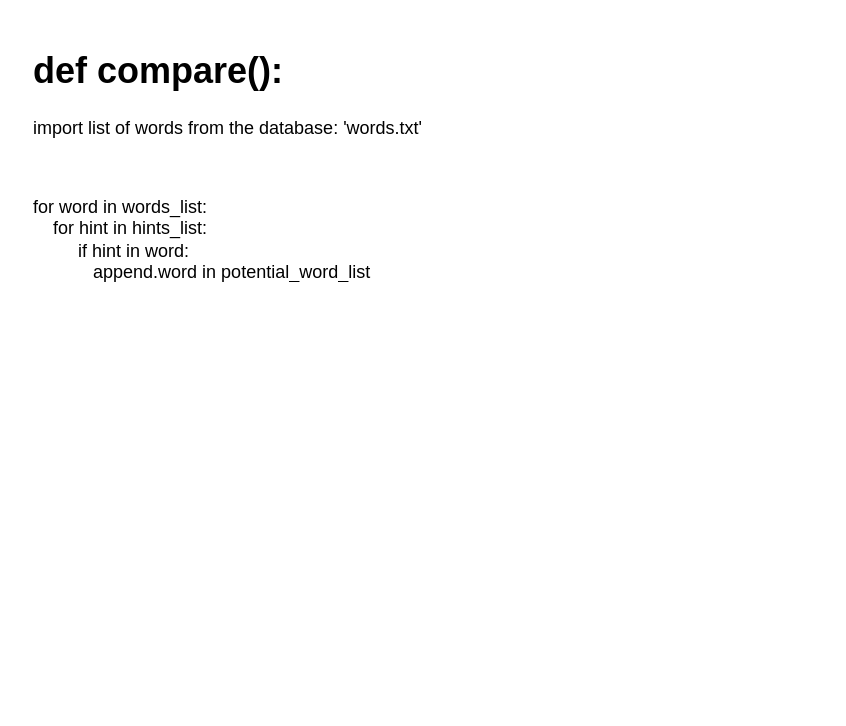
Before: page "Page-2" (2 of 2) of Ordspelet.drawio in oscillate123/python-course-word-game, a draw.io diagram. Source tidied: cells renumbered, new cells numbered last; positions are measured from the earlier drawing's top-left corner, leaving out a move shared by most shapes. Both pictures are drawn from the tidied source at 150%, with x=0, y=0 at pixel (26, 40).
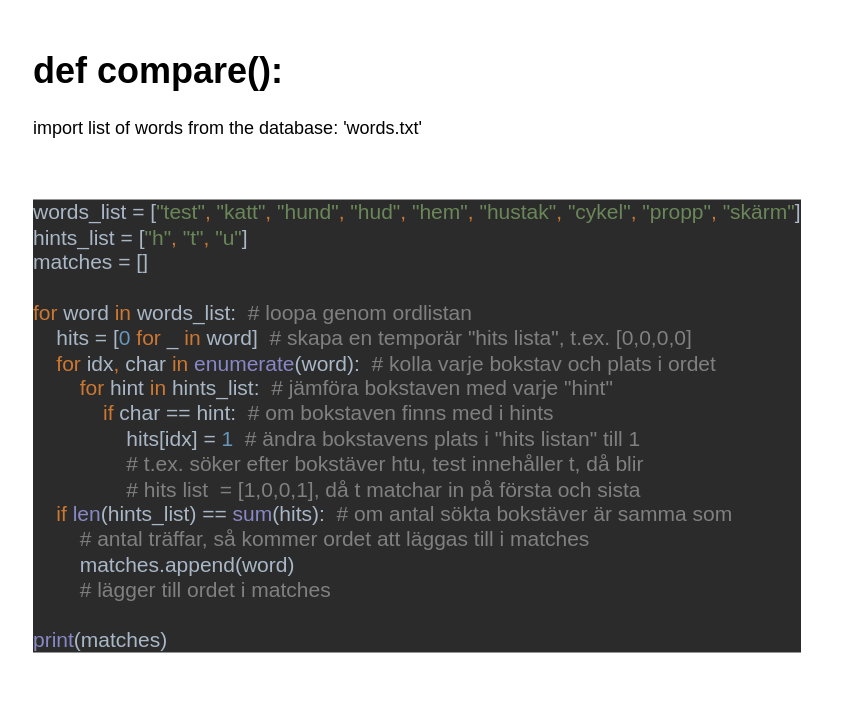
The same page after the edit.

Diff of the diagram source:
```diff
@@
 <mxGraphModel>
   <root>
     <mxCell id="0" />
     <mxCell id="1" parent="0" />
-    <mxCell id="2" value="&lt;h1&gt;def compare():&lt;br&gt;&lt;/h1&gt;&lt;p&gt;import list of words from the database: 'words.txt'&lt;/p&gt;&lt;p&gt;&lt;br&gt;&lt;/p&gt;for word in words_list:&lt;br&gt;&lt;div&gt;&amp;nbsp;&amp;nbsp;&amp;nbsp; for hint in hints_list:&lt;/div&gt;&lt;div&gt;&amp;nbsp;&amp;nbsp;&amp;nbsp;&amp;nbsp;&amp;nbsp;&amp;nbsp;&amp;nbsp;&amp;nbsp; if hint in word:&lt;/div&gt;&lt;div&gt;&amp;nbsp;&amp;nbsp;&amp;nbsp;&amp;nbsp;&amp;nbsp;&amp;nbsp;&amp;nbsp;&amp;nbsp;&amp;nbsp;&amp;nbsp;&amp;nbsp; append.word in potential_word_list&lt;br&gt;&lt;/div&gt;" style="text;html=1;strokeColor=none;fillColor=none;spacing=5;spacingTop=-20;whiteSpace=wrap;overflow=hidden;rounded=0;" parent="1" vertex="1">
-      <mxGeometry width="340" height="370" as="geometry" />
+    <mxCell id="2" value="&lt;h1&gt;def compare():&lt;br&gt;&lt;/h1&gt;&lt;p&gt;import list of words from the database: 'words.txt'&lt;/p&gt;&lt;br&gt;&lt;pre style=&quot;background-color: #2b2b2b ; color: #a9b7c6 ; font-family: &amp;#34;menlo-regular&amp;#34; ; font-size: 10.5pt&quot;&gt;words_list = [&lt;span style=&quot;color: #6a8759&quot;&gt;&quot;test&quot;&lt;/span&gt;&lt;span style=&quot;color: #cc7832&quot;&gt;, &lt;/span&gt;&lt;span style=&quot;color: #6a8759&quot;&gt;&quot;katt&quot;&lt;/span&gt;&lt;span style=&quot;color: #cc7832&quot;&gt;, &lt;/span&gt;&lt;span style=&quot;color: #6a8759&quot;&gt;&quot;hund&quot;&lt;/span&gt;&lt;span style=&quot;color: #cc7832&quot;&gt;, &lt;/span&gt;&lt;span style=&quot;color: #6a8759&quot;&gt;&quot;hud&quot;&lt;/span&gt;&lt;span style=&quot;color: #cc7832&quot;&gt;, &lt;/span&gt;&lt;span style=&quot;color: #6a8759&quot;&gt;&quot;hem&quot;&lt;/span&gt;&lt;span style=&quot;color: #cc7832&quot;&gt;, &lt;/span&gt;&lt;span style=&quot;color: #6a8759&quot;&gt;&quot;hustak&quot;&lt;/span&gt;&lt;span style=&quot;color: #cc7832&quot;&gt;, &lt;/span&gt;&lt;span style=&quot;color: #6a8759&quot;&gt;&quot;cykel&quot;&lt;/span&gt;&lt;span style=&quot;color: #cc7832&quot;&gt;, &lt;/span&gt;&lt;span style=&quot;color: #6a8759&quot;&gt;&quot;propp&quot;&lt;/span&gt;&lt;span style=&quot;color: #cc7832&quot;&gt;, &lt;/span&gt;&lt;span style=&quot;color: #6a8759&quot;&gt;&quot;skärm&quot;&lt;/span&gt;]&lt;br&gt;hints_list = [&lt;span style=&quot;color: #6a8759&quot;&gt;&quot;h&quot;&lt;/span&gt;&lt;span style=&quot;color: #cc7832&quot;&gt;, &lt;/span&gt;&lt;span style=&quot;color: #6a8759&quot;&gt;&quot;t&quot;&lt;/span&gt;&lt;span style=&quot;color: #cc7832&quot;&gt;, &lt;/span&gt;&lt;span style=&quot;color: #6a8759&quot;&gt;&quot;u&quot;&lt;/span&gt;]&lt;br&gt;matches = []&lt;br&gt;&lt;br&gt;&lt;span style=&quot;color: #cc7832&quot;&gt;for &lt;/span&gt;word &lt;span style=&quot;color: #cc7832&quot;&gt;in &lt;/span&gt;words_list:  &lt;span style=&quot;color: #808080&quot;&gt;# loopa genom ordlistan&lt;br&gt;&lt;/span&gt;&lt;span style=&quot;color: #808080&quot;&gt;    &lt;/span&gt;hits = [&lt;span style=&quot;color: #6897bb&quot;&gt;0 &lt;/span&gt;&lt;span style=&quot;color: #cc7832&quot;&gt;for &lt;/span&gt;_ &lt;span style=&quot;color: #cc7832&quot;&gt;in &lt;/span&gt;word]  &lt;span style=&quot;color: #808080&quot;&gt;# skapa en temporär &quot;hits lista&quot;, t.ex. [0,0,0,0]&lt;br&gt;&lt;/span&gt;&lt;span style=&quot;color: #808080&quot;&gt;    &lt;/span&gt;&lt;span style=&quot;color: #cc7832&quot;&gt;for &lt;/span&gt;idx&lt;span style=&quot;color: #cc7832&quot;&gt;, &lt;/span&gt;char &lt;span style=&quot;color: #cc7832&quot;&gt;in &lt;/span&gt;&lt;span style=&quot;color: #8888c6&quot;&gt;enumerate&lt;/span&gt;(word):  &lt;span style=&quot;color: #808080&quot;&gt;# kolla varje bokstav och plats i ordet&lt;br&gt;&lt;/span&gt;&lt;span style=&quot;color: #808080&quot;&gt;        &lt;/span&gt;&lt;span style=&quot;color: #cc7832&quot;&gt;for &lt;/span&gt;hint &lt;span style=&quot;color: #cc7832&quot;&gt;in &lt;/span&gt;hints_list:  &lt;span style=&quot;color: #808080&quot;&gt;# jämföra bokstaven med varje &quot;hint&quot;&lt;br&gt;&lt;/span&gt;&lt;span style=&quot;color: #808080&quot;&gt;            &lt;/span&gt;&lt;span style=&quot;color: #cc7832&quot;&gt;if &lt;/span&gt;char == hint:  &lt;span style=&quot;color: #808080&quot;&gt;# om bokstaven finns med i hints&lt;br&gt;&lt;/span&gt;&lt;span style=&quot;color: #808080&quot;&gt;                &lt;/span&gt;hits[idx] = &lt;span style=&quot;color: #6897bb&quot;&gt;1  &lt;/span&gt;&lt;span style=&quot;color: #808080&quot;&gt;# ändra bokstavens plats i &quot;hits listan&quot; till 1&lt;br&gt;&lt;/span&gt;&lt;span style=&quot;color: #808080&quot;&gt;                # t.ex. söker efter bokstäver htu, test innehåller t, då blir&lt;br&gt;&lt;/span&gt;&lt;span style=&quot;color: #808080&quot;&gt;                # hits list  = [1,0,0,1], då t matchar in på första och sista&lt;br&gt;&lt;/span&gt;&lt;span style=&quot;color: #808080&quot;&gt;    &lt;/span&gt;&lt;span style=&quot;color: #cc7832&quot;&gt;if &lt;/span&gt;&lt;span style=&quot;color: #8888c6&quot;&gt;len&lt;/span&gt;(hints_list) == &lt;span style=&quot;color: #8888c6&quot;&gt;sum&lt;/span&gt;(hits):  &lt;span style=&quot;color: #808080&quot;&gt;# om antal sökta bokstäver är samma som&lt;br&gt;&lt;/span&gt;&lt;span style=&quot;color: #808080&quot;&gt;        # antal träffar, så kommer ordet att läggas till i matches&lt;br&gt;&lt;/span&gt;&lt;span style=&quot;color: #808080&quot;&gt;        &lt;/span&gt;matches.append(word)&lt;br&gt;        &lt;span style=&quot;color: #808080&quot;&gt;# lägger till ordet i matches&lt;br&gt;&lt;/span&gt;&lt;span style=&quot;color: #808080&quot;&gt;&lt;br&gt;&lt;/span&gt;&lt;span style=&quot;color: #8888c6&quot;&gt;print&lt;/span&gt;(matches)&lt;/pre&gt;" style="text;html=1;strokeColor=none;fillColor=none;spacing=5;spacingTop=-20;whiteSpace=wrap;overflow=hidden;rounded=0;" parent="1" vertex="1">
+      <mxGeometry width="530" height="440" as="geometry" />
     </mxCell>
   </root>
 </mxGraphModel>
```
